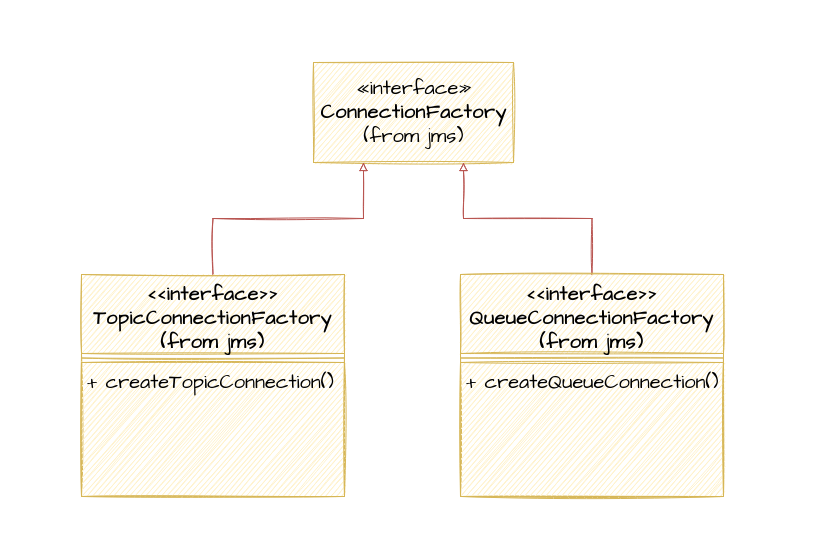
The draw.io diagram img/img15-light.png in dariodenardi/Sistemi-Distribuiti-M, before a commit. Source tidied: cells renumbered, new cells last; positions are measured from the earlier drawing's top-left corner, leaving out a move shared by most shapes. Its diagram source:
```xml
<mxGraphModel>
  <root>
    <mxCell id="0" />
    <mxCell id="1" parent="0" />
    <mxCell id="2" value="«interface»&lt;br&gt;&lt;div&gt;&lt;b&gt;ConnectionFactory&lt;/b&gt;&lt;/div&gt;&lt;div&gt;(from jms)&lt;/div&gt;" style="html=1;sketch=1;fontFamily=Architects Daughter;fontSource=https%3A%2F%2Ffonts.googleapis.com%2Fcss%3Ffamily%3DArchitects%2BDaughter;fontSize=20;fillColor=#fff2cc;strokeColor=#d6b656;" parent="1" vertex="1">
      <mxGeometry x="232" width="200" height="100" as="geometry" />
    </mxCell>
    <mxCell id="3" style="edgeStyle=orthogonalEdgeStyle;rounded=0;sketch=1;jettySize=auto;html=1;exitX=0.5;exitY=0;exitDx=0;exitDy=0;entryX=0.25;entryY=1;entryDx=0;entryDy=0;fontFamily=Architects Daughter;fontSource=https%3A%2F%2Ffonts.googleapis.com%2Fcss%3Ffamily%3DArchitects%2BDaughter;fontSize=20;startArrow=none;startFill=0;endArrow=block;endFill=0;fillColor=#f8cecc;strokeColor=#b85450;" parent="1" edge="1" source="4" target="2">
      <mxGeometry relative="1" as="geometry" />
    </mxCell>
    <mxCell id="4" value="&lt;&lt;interface&gt;&gt;&#10;TopicConnectionFactory&#10;(from jms)&#10;" style="swimlane;fontStyle=1;align=center;verticalAlign=top;horizontal=1;startSize=79;sketch=1;fontFamily=Architects Daughter;fontSource=https%3A%2F%2Ffonts.googleapis.com%2Fcss%3Ffamily%3DArchitects%2BDaughter;fontSize=20;fillColor=#fff2cc;strokeColor=#d6b656;" parent="1" vertex="1">
      <mxGeometry y="212" width="263" height="222" as="geometry" />
    </mxCell>
    <mxCell id="5" style="line;strokeWidth=1;fillColor=#fff2cc;align=left;verticalAlign=middle;spacingTop=-1;spacingLeft=3;spacingRight=3;labelPosition=right;sketch=1;fontFamily=Architects Daughter;fontSource=https%3A%2F%2Ffonts.googleapis.com%2Fcss%3Ffamily%3DArchitects%2BDaughter;fontSize=20;strokeColor=#d6b656;" parent="4" vertex="1">
      <mxGeometry y="79" width="263" height="9" as="geometry" />
    </mxCell>
    <mxCell id="6" value="+ createTopicConnection()" style="text;strokeColor=#d6b656;fillColor=#fff2cc;align=left;verticalAlign=top;spacingLeft=4;spacingRight=4;overflow=hidden;sketch=1;fontFamily=Architects Daughter;fontSource=https%3A%2F%2Ffonts.googleapis.com%2Fcss%3Ffamily%3DArchitects%2BDaughter;fontSize=20;" parent="4" vertex="1">
      <mxGeometry y="88" width="263" height="134" as="geometry" />
    </mxCell>
    <mxCell id="7" style="edgeStyle=orthogonalEdgeStyle;rounded=0;sketch=1;jettySize=auto;html=1;entryX=0.75;entryY=1;entryDx=0;entryDy=0;fontFamily=Architects Daughter;fontSource=https%3A%2F%2Ffonts.googleapis.com%2Fcss%3Ffamily%3DArchitects%2BDaughter;fontSize=20;startArrow=none;startFill=0;endArrow=block;endFill=0;fillColor=#f8cecc;strokeColor=#b85450;" parent="1" edge="1" source="8" target="2">
      <mxGeometry relative="1" as="geometry" />
    </mxCell>
    <mxCell id="8" value="&lt;&lt;interface&gt;&gt;&#10;QueueConnectionFactory&#10;(from jms)&#10;" style="swimlane;fontStyle=1;align=center;verticalAlign=top;horizontal=1;startSize=79;sketch=1;fontFamily=Architects Daughter;fontSource=https%3A%2F%2Ffonts.googleapis.com%2Fcss%3Ffamily%3DArchitects%2BDaughter;fontSize=20;fillColor=#fff2cc;strokeColor=#d6b656;" parent="1" vertex="1">
      <mxGeometry x="379" y="212" width="263" height="222" as="geometry" />
    </mxCell>
    <mxCell id="9" style="line;strokeWidth=1;fillColor=#fff2cc;align=left;verticalAlign=middle;spacingTop=-1;spacingLeft=3;spacingRight=3;labelPosition=right;sketch=1;fontFamily=Architects Daughter;fontSource=https%3A%2F%2Ffonts.googleapis.com%2Fcss%3Ffamily%3DArchitects%2BDaughter;fontSize=20;strokeColor=#d6b656;" parent="8" vertex="1">
      <mxGeometry y="79" width="263" height="9" as="geometry" />
    </mxCell>
    <mxCell id="10" value="+ createQueueConnection()" style="text;strokeColor=#d6b656;fillColor=#fff2cc;align=left;verticalAlign=top;spacingLeft=4;spacingRight=4;overflow=hidden;sketch=1;fontFamily=Architects Daughter;fontSource=https%3A%2F%2Ffonts.googleapis.com%2Fcss%3Ffamily%3DArchitects%2BDaughter;fontSize=20;" parent="8" vertex="1">
      <mxGeometry y="88" width="263" height="134" as="geometry" />
    </mxCell>
  </root>
</mxGraphModel>
```
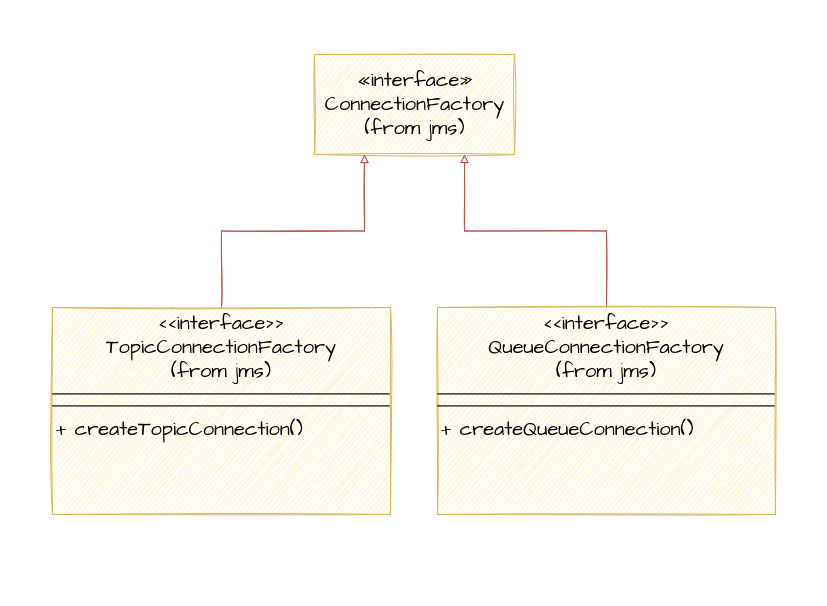
After the change.

The edit, as a diff of the source:
```diff
@@ -2,32 +2,20 @@
   <root>
     <mxCell id="0" />
     <mxCell id="1" parent="0" />
-    <mxCell id="2" value="«interface»&lt;br&gt;&lt;div&gt;&lt;b&gt;ConnectionFactory&lt;/b&gt;&lt;/div&gt;&lt;div&gt;(from jms)&lt;/div&gt;" style="html=1;sketch=1;fontFamily=Architects Daughter;fontSource=https%3A%2F%2Ffonts.googleapis.com%2Fcss%3Ffamily%3DArchitects%2BDaughter;fontSize=20;fillColor=#fff2cc;strokeColor=#d6b656;" parent="1" vertex="1">
+    <mxCell id="2" value="«interface»&lt;br&gt;&lt;div&gt;ConnectionFactory&lt;/div&gt;&lt;div&gt;(from jms)&lt;/div&gt;" style="html=1;sketch=1;fontFamily=Architects Daughter;fontSource=https%3A%2F%2Ffonts.googleapis.com%2Fcss%3Ffamily%3DArchitects%2BDaughter;fontSize=20;fillColor=#fff2cc;strokeColor=#d6b656;" parent="1" vertex="1">
       <mxGeometry x="232" width="200" height="100" as="geometry" />
     </mxCell>
-    <mxCell id="3" style="edgeStyle=orthogonalEdgeStyle;rounded=0;sketch=1;jettySize=auto;html=1;exitX=0.5;exitY=0;exitDx=0;exitDy=0;entryX=0.25;entryY=1;entryDx=0;entryDy=0;fontFamily=Architects Daughter;fontSource=https%3A%2F%2Ffonts.googleapis.com%2Fcss%3Ffamily%3DArchitects%2BDaughter;fontSize=20;startArrow=none;startFill=0;endArrow=block;endFill=0;fillColor=#f8cecc;strokeColor=#b85450;" parent="1" edge="1" source="4" target="2">
-      <mxGeometry relative="1" as="geometry" />
-    </mxCell>
-    <mxCell id="4" value="&lt;&lt;interface&gt;&gt;&#10;TopicConnectionFactory&#10;(from jms)&#10;" style="swimlane;fontStyle=1;align=center;verticalAlign=top;horizontal=1;startSize=79;sketch=1;fontFamily=Architects Daughter;fontSource=https%3A%2F%2Ffonts.googleapis.com%2Fcss%3Ffamily%3DArchitects%2BDaughter;fontSize=20;fillColor=#fff2cc;strokeColor=#d6b656;" parent="1" vertex="1">
-      <mxGeometry y="212" width="263" height="222" as="geometry" />
-    </mxCell>
-    <mxCell id="5" style="line;strokeWidth=1;fillColor=#fff2cc;align=left;verticalAlign=middle;spacingTop=-1;spacingLeft=3;spacingRight=3;labelPosition=right;sketch=1;fontFamily=Architects Daughter;fontSource=https%3A%2F%2Ffonts.googleapis.com%2Fcss%3Ffamily%3DArchitects%2BDaughter;fontSize=20;strokeColor=#d6b656;" parent="4" vertex="1">
-      <mxGeometry y="79" width="263" height="9" as="geometry" />
-    </mxCell>
-    <mxCell id="6" value="+ createTopicConnection()" style="text;strokeColor=#d6b656;fillColor=#fff2cc;align=left;verticalAlign=top;spacingLeft=4;spacingRight=4;overflow=hidden;sketch=1;fontFamily=Architects Daughter;fontSource=https%3A%2F%2Ffonts.googleapis.com%2Fcss%3Ffamily%3DArchitects%2BDaughter;fontSize=20;" parent="4" vertex="1">
-      <mxGeometry y="88" width="263" height="134" as="geometry" />
-    </mxCell>
-    <mxCell id="7" style="edgeStyle=orthogonalEdgeStyle;rounded=0;sketch=1;jettySize=auto;html=1;entryX=0.75;entryY=1;entryDx=0;entryDy=0;fontFamily=Architects Daughter;fontSource=https%3A%2F%2Ffonts.googleapis.com%2Fcss%3Ffamily%3DArchitects%2BDaughter;fontSize=20;startArrow=none;startFill=0;endArrow=block;endFill=0;fillColor=#f8cecc;strokeColor=#b85450;" parent="1" edge="1" source="8" target="2">
-      <mxGeometry relative="1" as="geometry" />
-    </mxCell>
-    <mxCell id="8" value="&lt;&lt;interface&gt;&gt;&#10;QueueConnectionFactory&#10;(from jms)&#10;" style="swimlane;fontStyle=1;align=center;verticalAlign=top;horizontal=1;startSize=79;sketch=1;fontFamily=Architects Daughter;fontSource=https%3A%2F%2Ffonts.googleapis.com%2Fcss%3Ffamily%3DArchitects%2BDaughter;fontSize=20;fillColor=#fff2cc;strokeColor=#d6b656;" parent="1" vertex="1">
-      <mxGeometry x="379" y="212" width="263" height="222" as="geometry" />
-    </mxCell>
-    <mxCell id="9" style="line;strokeWidth=1;fillColor=#fff2cc;align=left;verticalAlign=middle;spacingTop=-1;spacingLeft=3;spacingRight=3;labelPosition=right;sketch=1;fontFamily=Architects Daughter;fontSource=https%3A%2F%2Ffonts.googleapis.com%2Fcss%3Ffamily%3DArchitects%2BDaughter;fontSize=20;strokeColor=#d6b656;" parent="8" vertex="1">
-      <mxGeometry y="79" width="263" height="9" as="geometry" />
-    </mxCell>
-    <mxCell id="10" value="+ createQueueConnection()" style="text;strokeColor=#d6b656;fillColor=#fff2cc;align=left;verticalAlign=top;spacingLeft=4;spacingRight=4;overflow=hidden;sketch=1;fontFamily=Architects Daughter;fontSource=https%3A%2F%2Ffonts.googleapis.com%2Fcss%3Ffamily%3DArchitects%2BDaughter;fontSize=20;" parent="8" vertex="1">
-      <mxGeometry y="88" width="263" height="134" as="geometry" />
-    </mxCell>
+    <mxCell id="11" style="edgeStyle=orthogonalEdgeStyle;rounded=0;jettySize=auto;html=1;entryX=0.25;entryY=1;entryDx=0;entryDy=0;endArrow=block;endFill=0;fillColor=#f8cecc;strokeColor=#b85450;sketch=1;" parent="1" edge="1" source="12" target="2">
+      <mxGeometry relative="1" as="geometry" />
+    </mxCell>
+    <mxCell id="12" value="&lt;p style=&quot;margin: 4px 0px 0px ; text-align: center ; font-size: 20px&quot;&gt;&amp;lt;&amp;lt;interface&amp;gt;&amp;gt;&lt;br&gt;TopicConnectionFactory&lt;br&gt;(from jms)&lt;/p&gt;&lt;hr style=&quot;font-size: 20px&quot;&gt;&lt;hr style=&quot;font-size: 20px&quot;&gt;&lt;p style=&quot;margin: 0px 0px 0px 4px ; font-size: 20px&quot;&gt;+ createTopicConnection()&lt;/p&gt;" style="verticalAlign=top;align=left;overflow=fill;fontSize=20;fontFamily=Architects Daughter;html=1;sketch=1;fillColor=#fff2cc;strokeColor=#d6b656;fontSource=https%3A%2F%2Ffonts.googleapis.com%2Fcss%3Ffamily%3DArchitects%2BDaughter;" parent="1" vertex="1">
+      <mxGeometry x="-30" y="253" width="338" height="207" as="geometry" />
+    </mxCell>
+    <mxCell id="13" style="edgeStyle=orthogonalEdgeStyle;rounded=0;jettySize=auto;html=1;entryX=0.75;entryY=1;entryDx=0;entryDy=0;endArrow=block;endFill=0;fillColor=#f8cecc;strokeColor=#b85450;sketch=1;" parent="1" edge="1" source="14" target="2">
+      <mxGeometry relative="1" as="geometry" />
+    </mxCell>
+    <mxCell id="14" value="&lt;p style=&quot;margin: 4px 0px 0px ; text-align: center ; font-size: 20px&quot;&gt;&amp;lt;&amp;lt;interface&amp;gt;&amp;gt;&lt;br&gt;QueueConnectionFactory&lt;br&gt;(from jms)&lt;/p&gt;&lt;hr style=&quot;font-size: 20px&quot;&gt;&lt;hr style=&quot;font-size: 20px&quot;&gt;&lt;p style=&quot;margin: 0px 0px 0px 4px ; font-size: 20px&quot;&gt;+ createQueueConnection()&lt;/p&gt;" style="verticalAlign=top;align=left;overflow=fill;fontSize=20;fontFamily=Architects Daughter;html=1;sketch=1;fillColor=#fff2cc;strokeColor=#d6b656;fontSource=https%3A%2F%2Ffonts.googleapis.com%2Fcss%3Ffamily%3DArchitects%2BDaughter;" parent="1" vertex="1">
+      <mxGeometry x="355" y="253" width="338" height="207" as="geometry" />
+    </mxCell>
   </root>
 </mxGraphModel>
```
